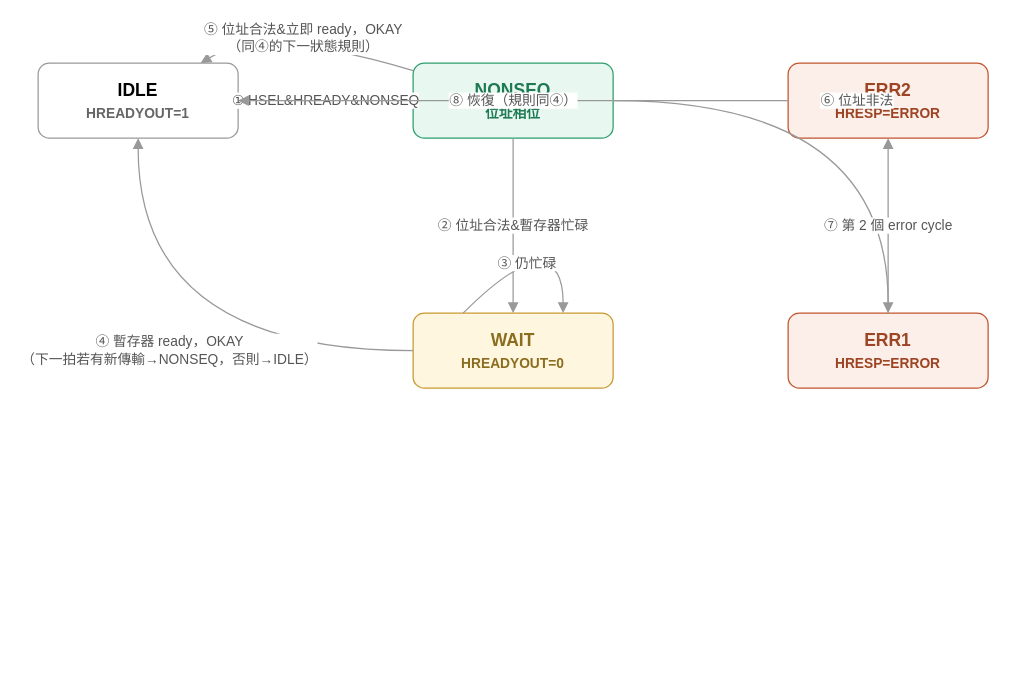
shj-F115112128/SOC_Practice keeps this draw.io diagram as Upload/ahb_slave_fsm.drawio. Above is the earlier version. Source tidied: cells renumbered, new cells numbered last; positions are measured from the earlier drawing's top-left corner, leaving out a move shared by most shapes. Both pictures are drawn from the tidied source at 125%, with x=0, y=0 at pixel (38, 25).
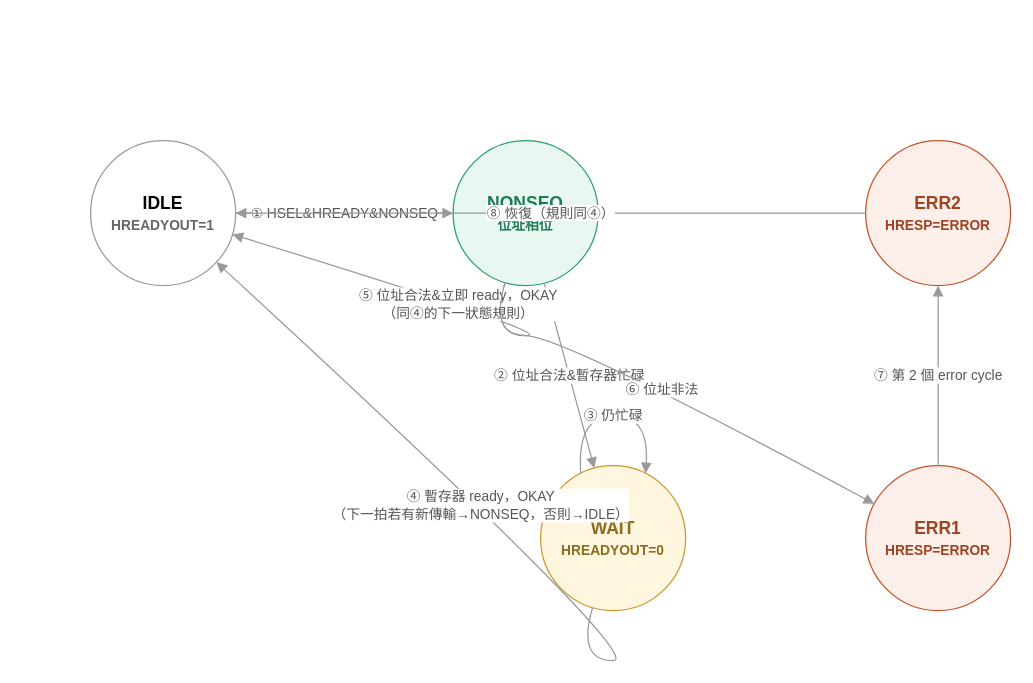
Above is the later version.

What changed in the source:
```diff
@@
-    <mxCell id="2" value="IDLE&#10;&lt;font style=&quot;font-size:11px&quot; color=&quot;#666666&quot;&gt;HREADYOUT=1&lt;/font&gt;" style="rounded=1;whiteSpace=wrap;html=1;fillColor=#FFFFFF;strokeColor=#999999;fontSize=14;fontStyle=1;" parent="1" vertex="1">
-      <mxGeometry y="30" width="160" height="60" as="geometry" />
+    <mxCell id="2" value="IDLE&#10;&lt;font style=&quot;font-size:11px&quot; color=&quot;#666666&quot;&gt;HREADYOUT=1&lt;/font&gt;" style="ellipse;whiteSpace=wrap;html=1;fillColor=#FFFFFF;strokeColor=#999999;fontSize=14;fontStyle=1;" parent="1" vertex="1">
+      <mxGeometry x="42" y="92" width="116" height="116" as="geometry" />
     </mxCell>
-    <mxCell id="3" value="NONSEQ&#10;&lt;font style=&quot;font-size:11px&quot; color=&quot;#1F7A54&quot;&gt;位址相位&lt;/font&gt;" style="rounded=1;whiteSpace=wrap;html=1;fillColor=#E8F8F0;strokeColor=#2E9E6C;fontColor=#1F7A54;fontSize=14;fontStyle=1;" parent="1" vertex="1">
-      <mxGeometry x="300" y="30" width="160" height="60" as="geometry" />
+    <mxCell id="3" value="NONSEQ&#10;&lt;font style=&quot;font-size:11px&quot; color=&quot;#1F7A54&quot;&gt;位址相位&lt;/font&gt;" style="ellipse;whiteSpace=wrap;html=1;fillColor=#E8F8F0;strokeColor=#2E9E6C;fontColor=#1F7A54;fontSize=14;fontStyle=1;" parent="1" vertex="1">
+      <mxGeometry x="332" y="92" width="116" height="116" as="geometry" />
     </mxCell>
-    <mxCell id="4" value="WAIT&#10;&lt;font style=&quot;font-size:11px&quot; color=&quot;#8A6D1E&quot;&gt;HREADYOUT=0&lt;/font&gt;" style="rounded=1;whiteSpace=wrap;html=1;fillColor=#FFF6E0;strokeColor=#C79A2E;fontColor=#8A6D1E;fontSize=14;fontStyle=1;" parent="1" vertex="1">
-      <mxGeometry x="300" y="230" width="160" height="60" as="geometry" />
+    <mxCell id="4" value="WAIT&#10;&lt;font style=&quot;font-size:11px&quot; color=&quot;#8A6D1E&quot;&gt;HREADYOUT=0&lt;/font&gt;" style="ellipse;whiteSpace=wrap;html=1;fillColor=#FFF6E0;strokeColor=#C79A2E;fontColor=#8A6D1E;fontSize=14;fontStyle=1;" parent="1" vertex="1">
+      <mxGeometry x="402" y="352" width="116" height="116" as="geometry" />
     </mxCell>
-    <mxCell id="5" value="ERR1&#10;&lt;font style=&quot;font-size:11px&quot; color=&quot;#9C4423&quot;&gt;HRESP=ERROR&lt;/font&gt;" style="rounded=1;whiteSpace=wrap;html=1;fillColor=#FCEEE8;strokeColor=#C0552E;fontColor=#9C4423;fontSize=14;fontStyle=1;" parent="1" vertex="1">
-      <mxGeometry x="600" y="230" width="160" height="60" as="geometry" />
+    <mxCell id="5" value="ERR1&#10;&lt;font style=&quot;font-size:11px&quot; color=&quot;#9C4423&quot;&gt;HRESP=ERROR&lt;/font&gt;" style="ellipse;whiteSpace=wrap;html=1;fillColor=#FCEEE8;strokeColor=#C0552E;fontColor=#9C4423;fontSize=14;fontStyle=1;" parent="1" vertex="1">
+      <mxGeometry x="662" y="352" width="116" height="116" as="geometry" />
     </mxCell>
-    <mxCell id="6" value="ERR2&#10;&lt;font style=&quot;font-size:11px&quot; color=&quot;#9C4423&quot;&gt;HRESP=ERROR&lt;/font&gt;" style="rounded=1;whiteSpace=wrap;html=1;fillColor=#FCEEE8;strokeColor=#C0552E;fontColor=#9C4423;fontSize=14;fontStyle=1;" parent="1" vertex="1">
-      <mxGeometry x="600" y="30" width="160" height="60" as="geometry" />
+    <mxCell id="6" value="ERR2&#10;&lt;font style=&quot;font-size:11px&quot; color=&quot;#9C4423&quot;&gt;HRESP=ERROR&lt;/font&gt;" style="ellipse;whiteSpace=wrap;html=1;fillColor=#FCEEE8;strokeColor=#C0552E;fontColor=#9C4423;fontSize=14;fontStyle=1;" parent="1" vertex="1">
+      <mxGeometry x="662" y="92" width="116" height="116" as="geometry" />
     </mxCell>
@@
     <mxCell id="9" value="③ 仍忙碌" style="curved=1;endArrow=block;html=1;strokeColor=#999999;fontSize=11;fontColor=#555555;exitX=0.25;exitY=0;exitDx=0;exitDy=0;entryX=0.75;entryY=0;entryDx=0;entryDy=0;" parent="1" edge="1" source="4" target="4">
       <mxGeometry relative="1" as="geometry">
         <Array as="points">
-          <mxPoint x="380" y="190" />
-          <mxPoint x="420" y="190" />
+          <mxPoint x="431" y="312" />
+          <mxPoint x="489" y="312" />
         </Array>
       </mxGeometry>
     </mxCell>
     <mxCell id="10" value="④ 暫存器 ready，OKAY&#10;（下一拍若有新傳輸→NONSEQ，否則→IDLE）" style="curved=1;endArrow=block;html=1;strokeColor=#999999;fontSize=11;fontColor=#555555;" parent="1" edge="1" source="4" target="2">
       <mxGeometry relative="1" as="geometry">
         <Array as="points">
-          <mxPoint x="80" y="260" />
+          <mxPoint x="431" y="508" />
+          <mxPoint x="489" y="508" />
         </Array>
       </mxGeometry>
     </mxCell>
     <mxCell id="11" value="⑤ 位址合法&amp;立即 ready，OKAY&#10;（同④的下一狀態規則）" style="curved=1;endArrow=block;html=1;strokeColor=#999999;fontSize=11;fontColor=#555555;" parent="1" edge="1" source="3" target="2">
       <mxGeometry relative="1" as="geometry">
         <Array as="points">
-          <mxPoint x="180" />
+          <mxPoint x="361" y="248" />
+          <mxPoint x="419" y="248" />
         </Array>
       </mxGeometry>
     </mxCell>
     <mxCell id="12" value="⑥ 位址非法" style="curved=1;endArrow=block;html=1;strokeColor=#999999;fontSize=11;fontColor=#555555;" parent="1" edge="1" source="3" target="5">
       <mxGeometry relative="1" as="geometry">
         <Array as="points">
-          <mxPoint x="680" y="60" />
+          <mxPoint x="361" y="248" />
+          <mxPoint x="419" y="248" />
         </Array>
       </mxGeometry>
     </mxCell>
```
